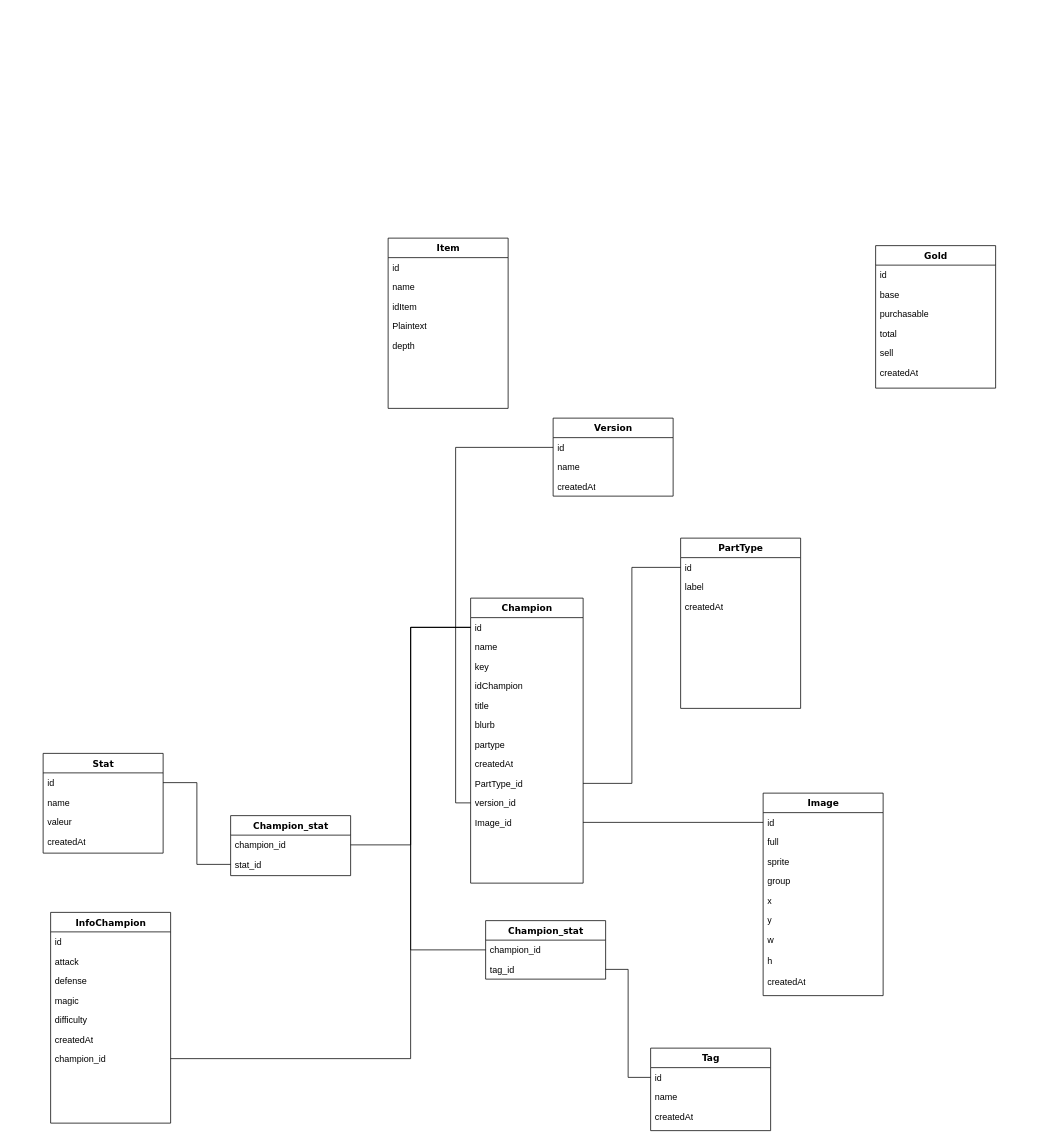
This is Untitled Diagram.drawio from zeggriim2/StatLol, a draw.io file, before an edit. Source tidied: cells renumbered, new cells numbered last; positions are measured from the earlier drawing's top-left corner, leaving out a move shared by most shapes. Both pictures are drawn from the tidied source at 75%, with x=0, y=0 at pixel (43, 238).
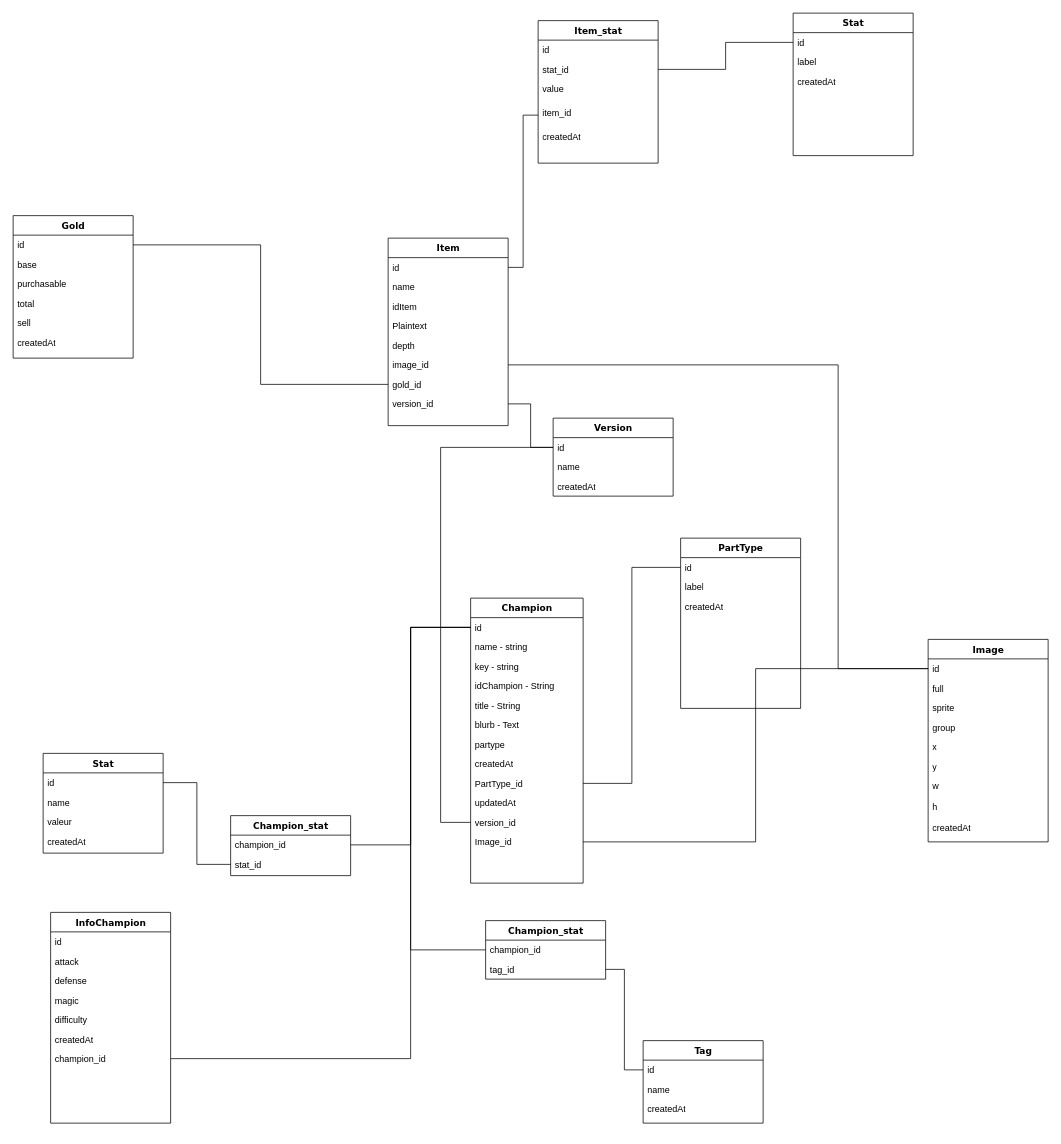
Above is the later version.

The change refers to these unchanged cells:
```xml
<mxCell id="3" value="id" style="text;html=1;strokeColor=none;fillColor=none;align=left;verticalAlign=top;spacingLeft=4;spacingRight=4;whiteSpace=wrap;overflow=hidden;points=[[0,0.5],[1,0.5]];portConstraint=eastwest;" parent="2" vertex="1">
  <mxGeometry y="26" width="160" height="26" as="geometry" />
</mxCell>
<mxCell id="7" value="id" style="text;html=1;strokeColor=none;fillColor=none;align=left;verticalAlign=top;spacingLeft=4;spacingRight=4;whiteSpace=wrap;overflow=hidden;points=[[0,0.5],[1,0.5]];portConstraint=eastwest;" parent="6" vertex="1">
  <mxGeometry y="26" width="160" height="26" as="geometry" />
</mxCell>
<mxCell id="13" value="id" style="text;html=1;strokeColor=none;fillColor=none;align=left;verticalAlign=top;spacingLeft=4;spacingRight=4;whiteSpace=wrap;overflow=hidden;points=[[0,0.5],[1,0.5]];portConstraint=eastwest;" parent="12" vertex="1">
  <mxGeometry y="26" width="160" height="26" as="geometry" />
</mxCell>
<mxCell id="23" value="id" style="text;html=1;strokeColor=none;fillColor=none;align=left;verticalAlign=top;spacingLeft=4;spacingRight=4;whiteSpace=wrap;overflow=hidden;points=[[0,0.5],[1,0.5]];portConstraint=eastwest;" parent="22" vertex="1">
  <mxGeometry y="26" width="160" height="26" as="geometry" />
</mxCell>
<mxCell id="29" value="Champion" style="swimlane;html=1;fontStyle=1;align=center;verticalAlign=top;horizontal=1;startSize=26;swimlaneFillColor=#ffffff;rounded=0;shadow=0;comic=0;labelBackgroundColor=none;strokeWidth=1;fillColor=none;fontFamily=Verdana;fontSize=12;" parent="1" vertex="1">
  <mxGeometry x="570" y="480" width="150" height="380" as="geometry" />
</mxCell>
```

What changed in the source:
```diff
@@
     <mxCell id="6" value="Item" style="swimlane;html=1;fontStyle=1;align=center;verticalAlign=top;horizontal=1;startSize=26;swimlaneFillColor=#ffffff;rounded=0;shadow=0;comic=0;labelBackgroundColor=none;strokeWidth=1;fillColor=none;fontFamily=Verdana;fontSize=12;" parent="1" vertex="1">
-      <mxGeometry x="460" width="160" height="227" as="geometry" />
+      <mxGeometry x="460" width="160" height="250" as="geometry" />
     </mxCell>
@@
+    <mxCell id="76" value="image_id" style="text;html=1;strokeColor=none;fillColor=none;align=left;verticalAlign=top;spacingLeft=4;spacingRight=4;whiteSpace=wrap;overflow=hidden;points=[[0,0.5],[1,0.5]];portConstraint=eastwest;" parent="6" vertex="1">
+      <mxGeometry y="156" width="160" height="26" as="geometry" />
+    </mxCell>
+    <mxCell id="77" value="gold_id" style="text;html=1;strokeColor=none;fillColor=none;align=left;verticalAlign=top;spacingLeft=4;spacingRight=4;whiteSpace=wrap;overflow=hidden;points=[[0,0.5],[1,0.5]];portConstraint=eastwest;" parent="6" vertex="1">
+      <mxGeometry y="182" width="160" height="26" as="geometry" />
+    </mxCell>
+    <mxCell id="78" value="version_id" style="text;html=1;strokeColor=none;fillColor=none;align=left;verticalAlign=top;spacingLeft=4;spacingRight=4;whiteSpace=wrap;overflow=hidden;points=[[0,0.5],[1,0.5]];portConstraint=eastwest;" parent="6" vertex="1">
+      <mxGeometry y="208" width="160" height="26" as="geometry" />
+    </mxCell>
     <mxCell id="12" value="Image" style="swimlane;html=1;fontStyle=1;align=center;verticalAlign=top;horizontal=1;startSize=26;swimlaneFillColor=#ffffff;rounded=0;shadow=0;comic=0;labelBackgroundColor=none;strokeWidth=1;fillColor=none;fontFamily=Verdana;fontSize=12;" parent="1" vertex="1">
-      <mxGeometry x="960" y="740" width="160" height="270" as="geometry" />
+      <mxGeometry x="1180" y="535" width="160" height="270" as="geometry" />
     </mxCell>
@@
     <mxCell id="22" value="Gold" style="swimlane;html=1;fontStyle=1;align=center;verticalAlign=top;horizontal=1;startSize=26;swimlaneFillColor=#ffffff;rounded=0;shadow=0;comic=0;labelBackgroundColor=none;strokeWidth=1;fillColor=none;fontFamily=Verdana;fontSize=12;" parent="1" vertex="1">
-      <mxGeometry x="1110" y="10" width="160" height="190" as="geometry" />
+      <mxGeometry x="-40" y="-30" width="160" height="190" as="geometry" />
     </mxCell>
@@
-    <mxCell id="31" value="name" style="text;html=1;strokeColor=none;fillColor=none;align=left;verticalAlign=top;spacingLeft=4;spacingRight=4;whiteSpace=wrap;overflow=hidden;" parent="29" vertex="1">
+    <mxCell id="31" value="name - string" style="text;html=1;strokeColor=none;fillColor=none;align=left;verticalAlign=top;spacingLeft=4;spacingRight=4;whiteSpace=wrap;overflow=hidden;" parent="29" vertex="1">
       <mxGeometry y="52" width="150" height="26" as="geometry" />
     </mxCell>
-    <mxCell id="32" value="key" style="text;html=1;strokeColor=none;fillColor=none;align=left;verticalAlign=top;spacingLeft=4;spacingRight=4;whiteSpace=wrap;overflow=hidden;" parent="29" vertex="1">
+    <mxCell id="32" value="key - string" style="text;html=1;strokeColor=none;fillColor=none;align=left;verticalAlign=top;spacingLeft=4;spacingRight=4;whiteSpace=wrap;overflow=hidden;" parent="29" vertex="1">
       <mxGeometry y="78" width="150" height="26" as="geometry" />
     </mxCell>
-    <mxCell id="33" value="idChampion" style="text;html=1;strokeColor=none;fillColor=none;align=left;verticalAlign=top;spacingLeft=4;spacingRight=4;whiteSpace=wrap;overflow=hidden;" parent="29" vertex="1">
+    <mxCell id="33" value="idChampion - String" style="text;html=1;strokeColor=none;fillColor=none;align=left;verticalAlign=top;spacingLeft=4;spacingRight=4;whiteSpace=wrap;overflow=hidden;" parent="29" vertex="1">
       <mxGeometry y="104" width="150" height="26" as="geometry" />
     </mxCell>
-    <mxCell id="34" value="title" style="text;html=1;strokeColor=none;fillColor=none;align=left;verticalAlign=top;spacingLeft=4;spacingRight=4;whiteSpace=wrap;overflow=hidden;" parent="29" vertex="1">
+    <mxCell id="34" value="title - String" style="text;html=1;strokeColor=none;fillColor=none;align=left;verticalAlign=top;spacingLeft=4;spacingRight=4;whiteSpace=wrap;overflow=hidden;" parent="29" vertex="1">
       <mxGeometry y="130" width="150" height="26" as="geometry" />
     </mxCell>
-    <mxCell id="35" value="blurb" style="text;html=1;strokeColor=none;fillColor=none;align=left;verticalAlign=top;spacingLeft=4;spacingRight=4;whiteSpace=wrap;overflow=hidden;" parent="29" vertex="1">
+    <mxCell id="35" value="blurb - Text" style="text;html=1;strokeColor=none;fillColor=none;align=left;verticalAlign=top;spacingLeft=4;spacingRight=4;whiteSpace=wrap;overflow=hidden;" parent="29" vertex="1">
       <mxGeometry y="156" width="150" height="26" as="geometry" />
     </mxCell>
@@
+    <mxCell id="79" value="updatedAt" style="text;html=1;strokeColor=none;fillColor=none;align=left;verticalAlign=top;spacingLeft=4;spacingRight=4;whiteSpace=wrap;overflow=hidden;" parent="29" vertex="1">
+      <mxGeometry y="260" width="150" height="26" as="geometry" />
+    </mxCell>
     <mxCell id="39" value="version_id" style="text;html=1;strokeColor=none;fillColor=none;align=left;verticalAlign=top;spacingLeft=4;spacingRight=4;whiteSpace=wrap;overflow=hidden;points=[[0,0.5],[1,0.5]];portConstraint=eastwest;" parent="29" vertex="1">
-      <mxGeometry y="260" width="150" height="26" as="geometry" />
+      <mxGeometry y="286" width="150" height="26" as="geometry" />
     </mxCell>
     <mxCell id="40" value="Image_id&lt;br&gt;" style="text;html=1;strokeColor=none;fillColor=none;align=left;verticalAlign=top;spacingLeft=4;spacingRight=4;whiteSpace=wrap;overflow=hidden;points=[[0,0.5],[1,0.5]];portConstraint=eastwest;" parent="29" vertex="1">
-      <mxGeometry y="286" width="150" height="26" as="geometry" />
+      <mxGeometry y="312" width="150" height="26" as="geometry" />
     </mxCell>
@@
     <mxCell id="55" style="edgeStyle=orthogonalEdgeStyle;rounded=0;jettySize=auto;html=1;endArrow=none;endFill=0;" parent="1" edge="1" source="39" target="3">
       <mxGeometry relative="1" as="geometry">
         <Array as="points">
-          <mxPoint x="550" y="753" />
-          <mxPoint x="550" y="279" />
+          <mxPoint x="530" y="779" />
+          <mxPoint x="530" y="279" />
         </Array>
       </mxGeometry>
     </mxCell>
@@
     <mxCell id="67" value="Tag" style="swimlane;html=1;fontStyle=1;align=center;verticalAlign=top;horizontal=1;startSize=26;swimlaneFillColor=#ffffff;rounded=0;shadow=0;comic=0;labelBackgroundColor=none;strokeWidth=1;fillColor=none;fontFamily=Verdana;fontSize=12;" parent="1" vertex="1">
-      <mxGeometry x="810" y="1080" width="160" height="110" as="geometry" />
+      <mxGeometry x="800" y="1070" width="160" height="110" as="geometry" />
     </mxCell>
@@
+    <mxCell id="80" style="edgeStyle=orthogonalEdgeStyle;rounded=0;jettySize=auto;html=1;endArrow=none;endFill=0;" parent="1" edge="1" source="76" target="13">
+      <mxGeometry relative="1" as="geometry">
+        <Array as="points">
+          <mxPoint x="1060" y="169" />
+          <mxPoint x="1060" y="574" />
+        </Array>
+      </mxGeometry>
+    </mxCell>
+    <mxCell id="81" style="edgeStyle=orthogonalEdgeStyle;rounded=0;jettySize=auto;html=1;endArrow=none;endFill=0;" parent="1" edge="1" source="77" target="23">
+      <mxGeometry relative="1" as="geometry" />
+    </mxCell>
+    <mxCell id="82" value="Stat" style="swimlane;html=1;fontStyle=1;align=center;verticalAlign=top;horizontal=1;startSize=26;swimlaneFillColor=#ffffff;rounded=0;shadow=0;comic=0;labelBackgroundColor=none;strokeWidth=1;fillColor=none;fontFamily=Verdana;fontSize=12;" parent="1" vertex="1">
+      <mxGeometry x="1000" y="-300" width="160" height="190" as="geometry" />
+    </mxCell>
+    <mxCell id="83" value="id" style="text;html=1;strokeColor=none;fillColor=none;align=left;verticalAlign=top;spacingLeft=4;spacingRight=4;whiteSpace=wrap;overflow=hidden;points=[[0,0.5],[1,0.5]];portConstraint=eastwest;" parent="82" vertex="1">
+      <mxGeometry y="26" width="160" height="26" as="geometry" />
+    </mxCell>
+    <mxCell id="84" value="label" style="text;html=1;strokeColor=none;fillColor=none;align=left;verticalAlign=top;spacingLeft=4;spacingRight=4;whiteSpace=wrap;overflow=hidden;" parent="82" vertex="1">
+      <mxGeometry y="52" width="160" height="26" as="geometry" />
+    </mxCell>
+    <mxCell id="85" value="createdAt" style="text;html=1;strokeColor=none;fillColor=none;align=left;verticalAlign=top;spacingLeft=4;spacingRight=4;whiteSpace=wrap;overflow=hidden;" parent="82" vertex="1">
+      <mxGeometry y="78" width="160" height="32" as="geometry" />
+    </mxCell>
+    <mxCell id="86" value="Item_stat" style="swimlane;html=1;fontStyle=1;align=center;verticalAlign=top;horizontal=1;startSize=26;swimlaneFillColor=#ffffff;rounded=0;shadow=0;comic=0;labelBackgroundColor=none;strokeWidth=1;fillColor=none;fontFamily=Verdana;fontSize=12;" parent="1" vertex="1">
+      <mxGeometry x="660" y="-290" width="160" height="190" as="geometry" />
+    </mxCell>
+    <mxCell id="87" value="id" style="text;html=1;strokeColor=none;fillColor=none;align=left;verticalAlign=top;spacingLeft=4;spacingRight=4;whiteSpace=wrap;overflow=hidden;" parent="86" vertex="1">
+      <mxGeometry y="26" width="160" height="26" as="geometry" />
+    </mxCell>
+    <mxCell id="88" value="stat_id" style="text;html=1;strokeColor=none;fillColor=none;align=left;verticalAlign=top;spacingLeft=4;spacingRight=4;whiteSpace=wrap;overflow=hidden;points=[[0,0.5],[1,0.5]];portConstraint=eastwest;" parent="86" vertex="1">
+      <mxGeometry y="52" width="160" height="26" as="geometry" />
+    </mxCell>
+    <mxCell id="89" value="value" style="text;html=1;strokeColor=none;fillColor=none;align=left;verticalAlign=top;spacingLeft=4;spacingRight=4;whiteSpace=wrap;overflow=hidden;" parent="86" vertex="1">
+      <mxGeometry y="78" width="160" height="32" as="geometry" />
+    </mxCell>
+    <mxCell id="90" value="item_id" style="text;html=1;strokeColor=none;fillColor=none;align=left;verticalAlign=top;spacingLeft=4;spacingRight=4;whiteSpace=wrap;overflow=hidden;points=[[0,0.5],[1,0.5]];portConstraint=eastwest;" parent="86" vertex="1">
+      <mxGeometry y="110" width="160" height="32" as="geometry" />
+    </mxCell>
+    <mxCell id="91" value="createdAt" style="text;html=1;strokeColor=none;fillColor=none;align=left;verticalAlign=top;spacingLeft=4;spacingRight=4;whiteSpace=wrap;overflow=hidden;" parent="86" vertex="1">
+      <mxGeometry y="142" width="160" height="32" as="geometry" />
+    </mxCell>
+    <mxCell id="92" style="edgeStyle=orthogonalEdgeStyle;rounded=0;jettySize=auto;html=1;endArrow=none;endFill=0;" parent="1" edge="1" source="88" target="83">
+      <mxGeometry relative="1" as="geometry" />
+    </mxCell>
+    <mxCell id="93" style="edgeStyle=orthogonalEdgeStyle;rounded=0;jettySize=auto;html=1;endArrow=none;endFill=0;" parent="1" edge="1" source="7" target="90">
+      <mxGeometry relative="1" as="geometry" />
+    </mxCell>
+    <mxCell id="94" style="edgeStyle=orthogonalEdgeStyle;rounded=0;jettySize=auto;html=1;endArrow=none;endFill=0;" parent="1" edge="1" source="78" target="3">
+      <mxGeometry relative="1" as="geometry" />
+    </mxCell>
```
